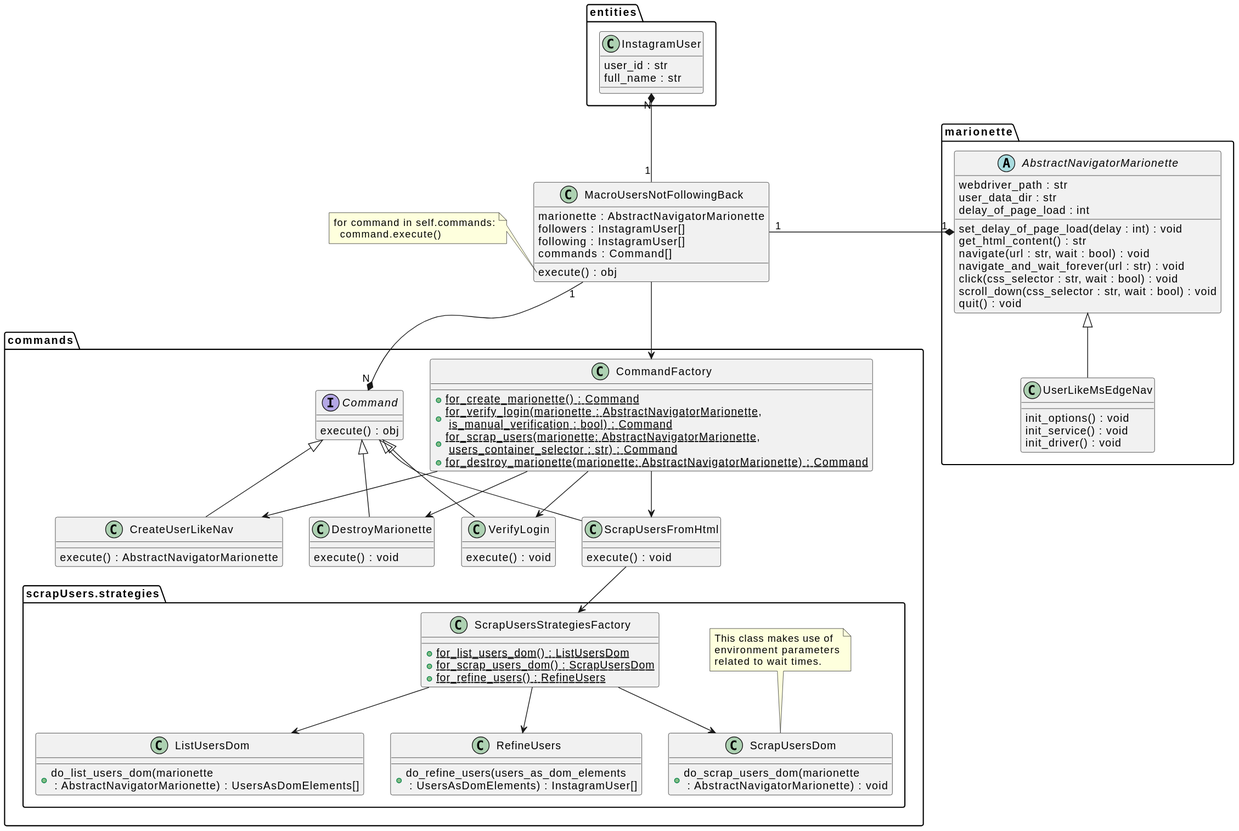
Before: multimedia/readme/InstaCrawler_class_diagram.svg, a diagram exported from PlantUML (ialnavy/InstaCrawler).
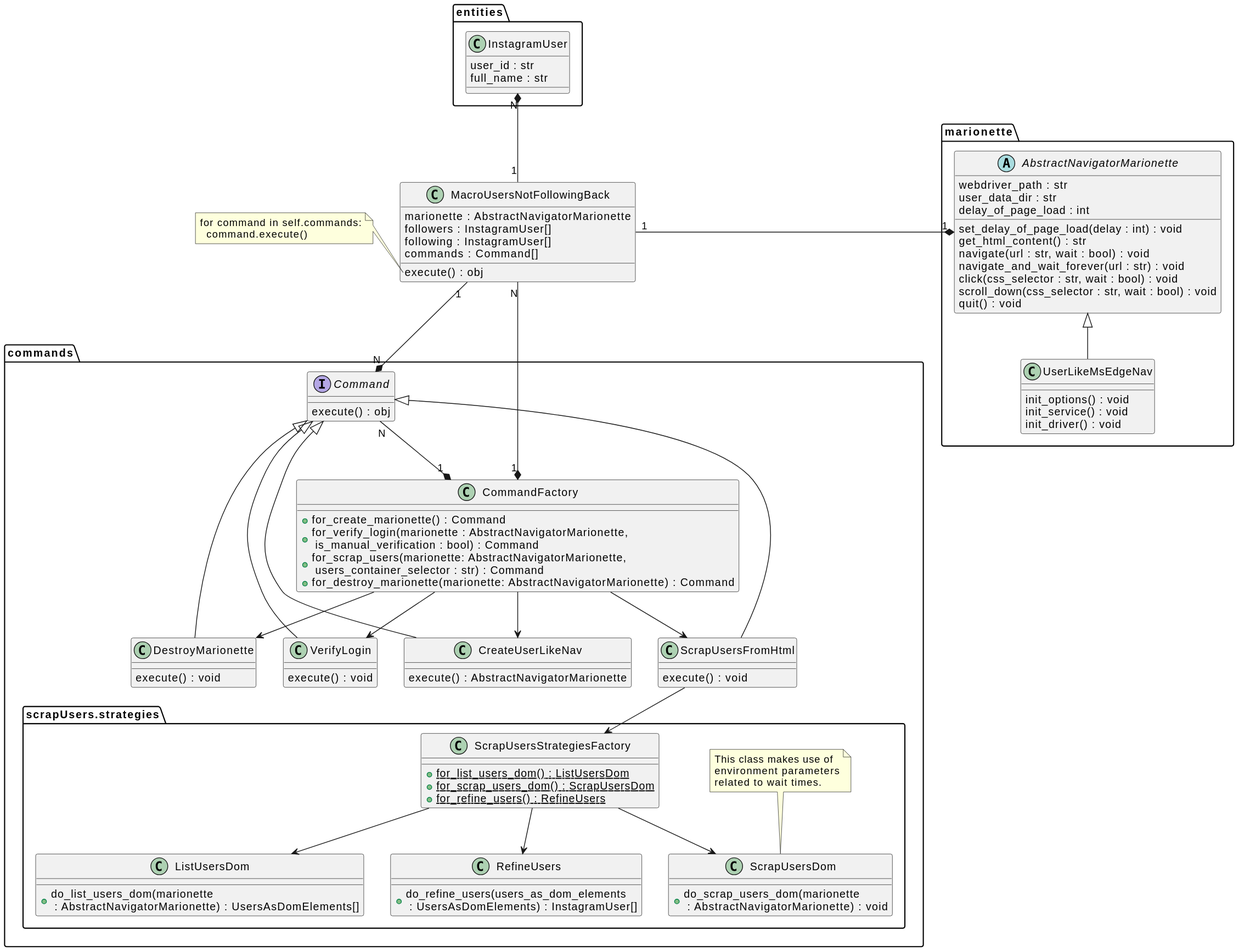
Above is the later version.

The edit, as a diff of the source:
```diff
@@ -37,10 +37,10 @@
   }
 
   class "CommandFactory" as cf {
-    +{static}for_create_marionette() : Command
-    +{static}for_verify_login(marionette : AbstractNavigatorMarionette,\n is_manual_verification : bool) : Command
-    +{static}for_scrap_users(marionette: AbstractNavigatorMarionette,\n users_container_selector : str) : Command
-    +{static}for_destroy_marionette(marionette: AbstractNavigatorMarionette) : Command
+    +for_create_marionette() : Command
+    +for_verify_login(marionette : AbstractNavigatorMarionette,\n is_manual_verification : bool) : Command
+    +for_scrap_users(marionette: AbstractNavigatorMarionette,\n users_container_selector : str) : Command
+    +for_destroy_marionette(marionette: AbstractNavigatorMarionette) : Command
   }
 
   class "CreateUserLikeNav" as culn {
@@ -117,5 +117,6 @@
 macro_nfb "1" -up-* "N" user
 macro_nfb "1" -down-* "N" c
 
-macro_nfb -down-> cf
+c "N" -down-* "1" cf
+macro_nfb "N" -down-* "1" cf
 @enduml
```
